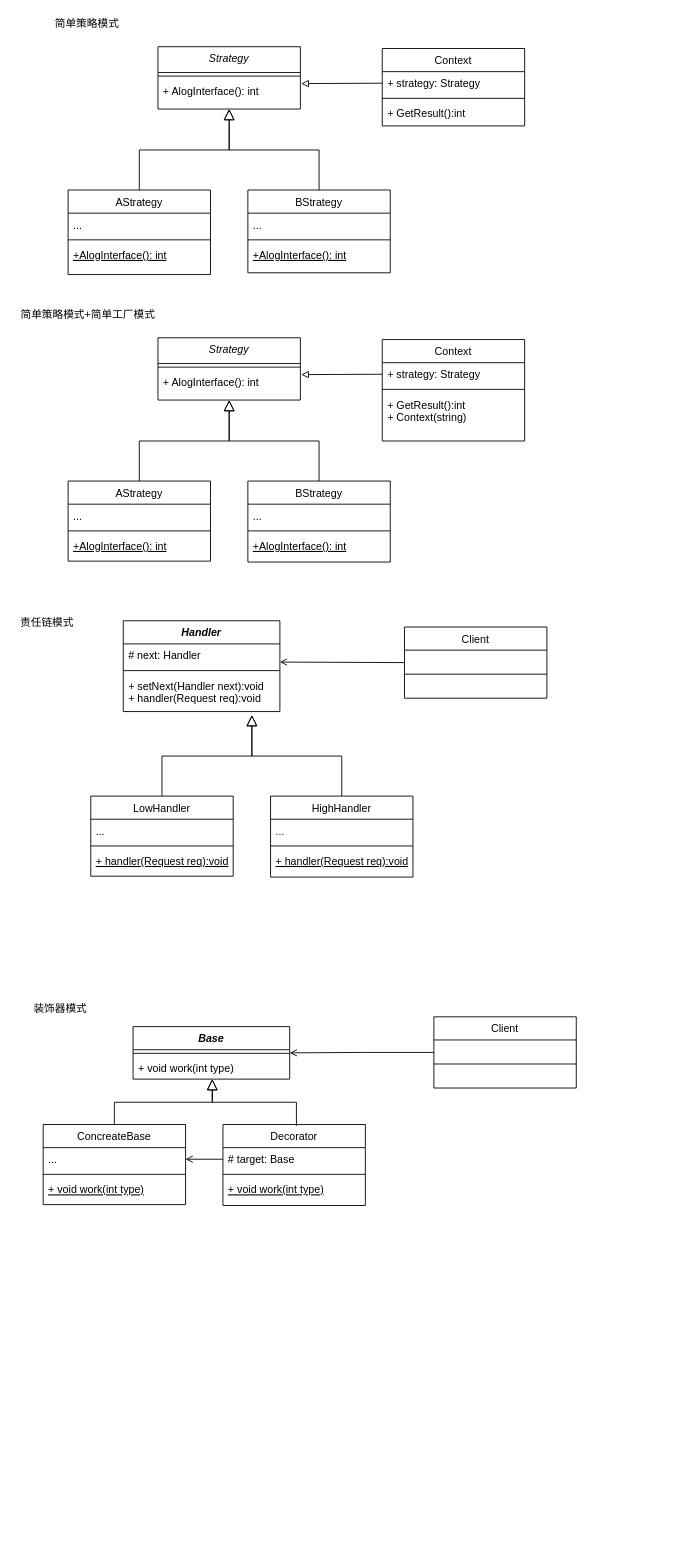
Earlier version of the draw.io diagram pattern/设计模式.drawio (guozhaoxin/learning-notes). Source tidied: cells renumbered, new cells numbered last; positions are measured from the earlier drawing's top-left corner, leaving out a move shared by most shapes. Both pictures are drawn from the tidied source at 89%, with x=0, y=0 at pixel (15, 15).
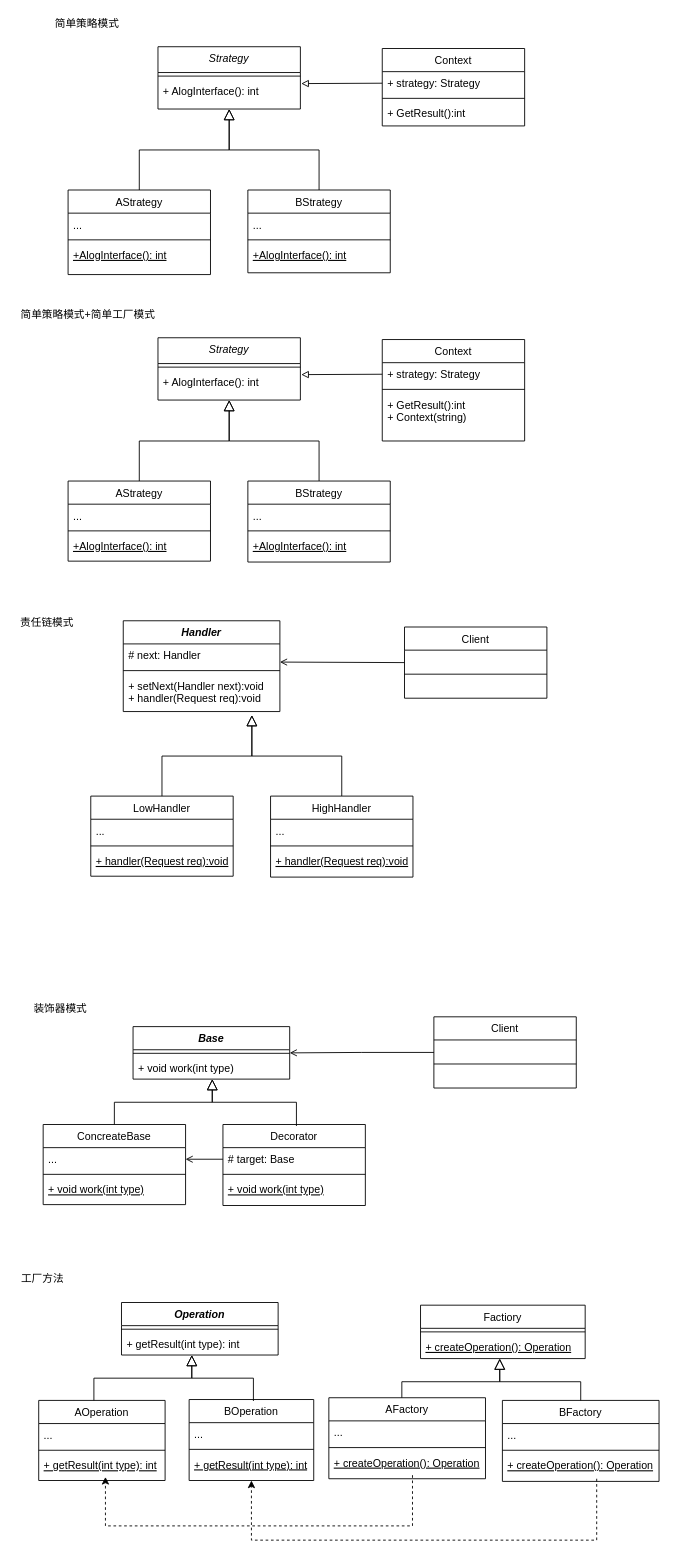
Above is the later version.

Diff of the diagram source:
```diff
@@
+    <mxCell id="76" value="工厂方法" style="text;html=1;align=center;verticalAlign=middle;strokeColor=none;fillColor=none;" parent="1" vertex="1">
+      <mxGeometry x="1" y="1411" width="58" height="18" as="geometry" />
+    </mxCell>
+    <mxCell id="77" value="Operation" style="swimlane;fontStyle=3;align=center;verticalAlign=top;horizontal=1;startSize=26;swimlaneFillColor=default;" parent="1" vertex="1">
+      <mxGeometry x="119" y="1446" width="176" height="59" as="geometry" />
+    </mxCell>
+    <mxCell id="78" style="line;strokeWidth=1;fillColor=none;align=left;verticalAlign=middle;spacingTop=-1;spacingLeft=3;spacingRight=3;labelPosition=right;" parent="77" vertex="1">
+      <mxGeometry y="26" width="176" height="8" as="geometry" />
+    </mxCell>
+    <mxCell id="79" value="+ getResult(int type): int" style="text;strokeColor=none;fillColor=none;align=left;verticalAlign=top;spacingLeft=4;spacingRight=4;overflow=hidden;" parent="77" vertex="1">
+      <mxGeometry y="34" width="176" height="25" as="geometry" />
+    </mxCell>
+    <mxCell id="80" value="AOperation" style="swimlane;fontStyle=0;align=center;verticalAlign=top;horizontal=1;startSize=26;rounded=0;shadow=0;strokeWidth=1;" parent="1" vertex="1">
+      <mxGeometry x="26" y="1556" width="142" height="90" as="geometry" />
+    </mxCell>
+    <mxCell id="81" value="..." style="text;align=left;verticalAlign=top;spacingLeft=4;spacingRight=4;overflow=hidden;" parent="80" vertex="1">
+      <mxGeometry y="26" width="142" height="26" as="geometry" />
+    </mxCell>
+    <mxCell id="82" style="line;html=1;strokeWidth=1;align=left;verticalAlign=middle;spacingTop=-1;spacingLeft=3;spacingRight=3;labelPosition=right;" parent="80" vertex="1">
+      <mxGeometry y="52" width="142" height="8" as="geometry" />
+    </mxCell>
+    <mxCell id="83" value="+ getResult(int type): int" style="text;align=left;verticalAlign=top;spacingLeft=4;spacingRight=4;overflow=hidden;points=[[0,0.5],[1,0.5]];portConstraint=eastwest;fontStyle=4;" parent="80" vertex="1">
+      <mxGeometry y="60" width="142" height="26" as="geometry" />
+    </mxCell>
+    <mxCell id="84" value="BOperation" style="swimlane;fontStyle=0;align=center;verticalAlign=top;horizontal=1;startSize=26;rounded=0;shadow=0;strokeWidth=1;" parent="1" vertex="1">
+      <mxGeometry x="195" y="1555" width="140" height="91" as="geometry" />
+    </mxCell>
+    <mxCell id="85" value="..." style="text;align=left;verticalAlign=top;spacingLeft=4;spacingRight=4;overflow=hidden;" parent="84" vertex="1">
+      <mxGeometry y="26" width="140" height="26" as="geometry" />
+    </mxCell>
+    <mxCell id="86" style="line;html=1;strokeWidth=1;align=left;verticalAlign=middle;spacingTop=-1;spacingLeft=3;spacingRight=3;labelPosition=right;" parent="84" vertex="1">
+      <mxGeometry y="52" width="140" height="8" as="geometry" />
+    </mxCell>
+    <mxCell id="87" value="+ getResult(int type): int" style="text;align=left;verticalAlign=top;spacingLeft=4;spacingRight=4;overflow=hidden;fontStyle=4;" parent="84" vertex="1">
+      <mxGeometry y="60" width="140" height="26" as="geometry" />
+    </mxCell>
+    <mxCell id="88" style="endArrow=block;endSize=10;endFill=0;shadow=0;strokeWidth=1;rounded=0;edgeStyle=elbowEdgeStyle;elbow=vertical;" parent="1" edge="1">
+      <mxGeometry relative="1" as="geometry">
+        <mxPoint x="88" y="1556" as="sourcePoint" />
+        <mxPoint x="198" y="1505" as="targetPoint" />
+        <Array as="points">
+          <mxPoint x="168" y="1531" />
+        </Array>
+      </mxGeometry>
+    </mxCell>
+    <mxCell id="89" style="endArrow=block;endSize=10;endFill=0;shadow=0;strokeWidth=1;rounded=0;edgeStyle=elbowEdgeStyle;elbow=vertical;exitX=0.516;exitY=0.018;exitDx=0;exitDy=0;exitPerimeter=0;" parent="1" edge="1" source="84">
+      <mxGeometry relative="1" as="geometry">
+        <mxPoint x="198" y="1505" as="targetPoint" />
+        <Array as="points">
+          <mxPoint x="245" y="1531" />
+        </Array>
+      </mxGeometry>
+    </mxCell>
+    <mxCell id="90" value="Factiory" style="swimlane;fontStyle=0;align=center;verticalAlign=top;horizontal=1;startSize=26;rounded=0;shadow=0;strokeWidth=1;" parent="1" vertex="1">
+      <mxGeometry x="455" y="1449" width="185" height="60" as="geometry" />
+    </mxCell>
+    <mxCell id="91" style="line;html=1;strokeWidth=1;align=left;verticalAlign=middle;spacingTop=-1;spacingLeft=3;spacingRight=3;labelPosition=right;" parent="90" vertex="1">
+      <mxGeometry y="26" width="185" height="8" as="geometry" />
+    </mxCell>
+    <mxCell id="92" value="+ createOperation(): Operation" style="text;align=left;verticalAlign=top;spacingLeft=4;spacingRight=4;overflow=hidden;fontStyle=4;" parent="90" vertex="1">
+      <mxGeometry y="34" width="185" height="26" as="geometry" />
+    </mxCell>
+    <mxCell id="93" value="BFactory" style="swimlane;fontStyle=0;align=center;verticalAlign=top;horizontal=1;startSize=26;rounded=0;shadow=0;strokeWidth=1;" parent="1" vertex="1">
+      <mxGeometry x="547" y="1556" width="176" height="91" as="geometry" />
+    </mxCell>
+    <mxCell id="94" value="..." style="text;align=left;verticalAlign=top;spacingLeft=4;spacingRight=4;overflow=hidden;" parent="93" vertex="1">
+      <mxGeometry y="26" width="176" height="26" as="geometry" />
+    </mxCell>
+    <mxCell id="95" style="line;html=1;strokeWidth=1;align=left;verticalAlign=middle;spacingTop=-1;spacingLeft=3;spacingRight=3;labelPosition=right;" parent="93" vertex="1">
+      <mxGeometry y="52" width="176" height="8" as="geometry" />
+    </mxCell>
+    <mxCell id="96" value="+ createOperation(): Operation" style="text;align=left;verticalAlign=top;spacingLeft=4;spacingRight=4;overflow=hidden;points=[[0,0.5],[1,0.5]];portConstraint=eastwest;fontStyle=4;" parent="93" vertex="1">
+      <mxGeometry y="60" width="176" height="26" as="geometry" />
+    </mxCell>
+    <mxCell id="97" style="endArrow=block;endSize=10;endFill=0;shadow=0;strokeWidth=1;rounded=0;edgeStyle=elbowEdgeStyle;elbow=vertical;" parent="1" edge="1">
+      <mxGeometry relative="1" as="geometry">
+        <mxPoint x="434" y="1554" as="sourcePoint" />
+        <mxPoint x="544" y="1509" as="targetPoint" />
+        <Array as="points">
+          <mxPoint x="514" y="1535" />
+        </Array>
+      </mxGeometry>
+    </mxCell>
+    <mxCell id="98" style="endArrow=block;endSize=10;endFill=0;shadow=0;strokeWidth=1;rounded=0;edgeStyle=elbowEdgeStyle;elbow=vertical;exitX=0.5;exitY=0;exitDx=0;exitDy=0;" parent="1" edge="1" source="93">
+      <mxGeometry relative="1" as="geometry">
+        <mxPoint x="544" y="1509" as="targetPoint" />
+        <Array as="points">
+          <mxPoint x="591" y="1535" />
+        </Array>
+      </mxGeometry>
+    </mxCell>
+    <mxCell id="99" value="AFactory" style="swimlane;fontStyle=0;align=center;verticalAlign=top;horizontal=1;startSize=26;rounded=0;shadow=0;strokeWidth=1;" parent="1" vertex="1">
+      <mxGeometry x="352" y="1553" width="176" height="91" as="geometry" />
+    </mxCell>
+    <mxCell id="100" value="..." style="text;align=left;verticalAlign=top;spacingLeft=4;spacingRight=4;overflow=hidden;" parent="99" vertex="1">
+      <mxGeometry y="26" width="176" height="26" as="geometry" />
+    </mxCell>
+    <mxCell id="101" style="line;html=1;strokeWidth=1;align=left;verticalAlign=middle;spacingTop=-1;spacingLeft=3;spacingRight=3;labelPosition=right;" parent="99" vertex="1">
+      <mxGeometry y="52" width="176" height="8" as="geometry" />
+    </mxCell>
+    <mxCell id="102" value="+ createOperation(): Operation" style="text;align=left;verticalAlign=top;spacingLeft=4;spacingRight=4;overflow=hidden;points=[[0,0.5],[1,0.5]];portConstraint=eastwest;fontStyle=4;" parent="99" vertex="1">
+      <mxGeometry y="60" width="176" height="26" as="geometry" />
+    </mxCell>
+    <mxCell id="103" style="edgeStyle=elbowEdgeStyle;elbow=horizontal;endArrow=classic;html=1;rounded=0;dashed=1;entryX=0.528;entryY=1;entryDx=0;entryDy=0;entryPerimeter=0;exitX=0.534;exitY=1.038;exitDx=0;exitDy=0;exitPerimeter=0;" parent="1" edge="1" source="102" target="83">
+      <mxGeometry relative="1" as="geometry">
+        <Array as="points">
+          <mxPoint x="101" y="1697" />
+        </Array>
+      </mxGeometry>
+    </mxCell>
+    <mxCell id="104" style="edgeStyle=elbowEdgeStyle;elbow=horizontal;endArrow=classic;html=1;rounded=0;dashed=1;entryX=0.5;entryY=1;entryDx=0;entryDy=0;exitX=0.602;exitY=1.077;exitDx=0;exitDy=0;exitPerimeter=0;" parent="1" edge="1" source="96" target="84">
+      <mxGeometry relative="1" as="geometry">
+        <Array as="points">
+          <mxPoint x="468" y="1713" />
+          <mxPoint x="262" y="1654" />
+        </Array>
+      </mxGeometry>
+    </mxCell>
```
